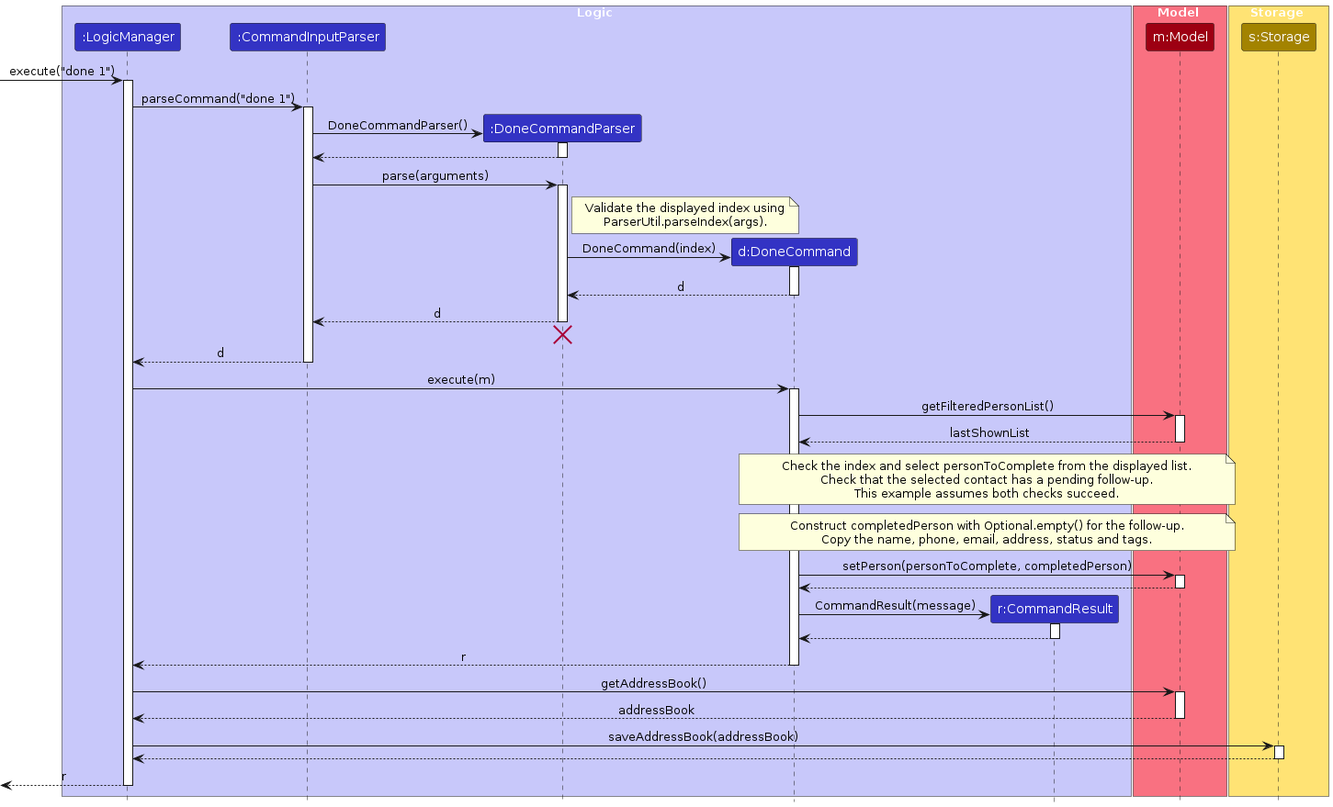
Earlier version of the PlantUML export diagrams/DoneSequenceDiagram.png (AY2627S1-CS2103T-T09-2/tp). Its source is kept beside it as diagrams/DoneSequenceDiagram.puml.
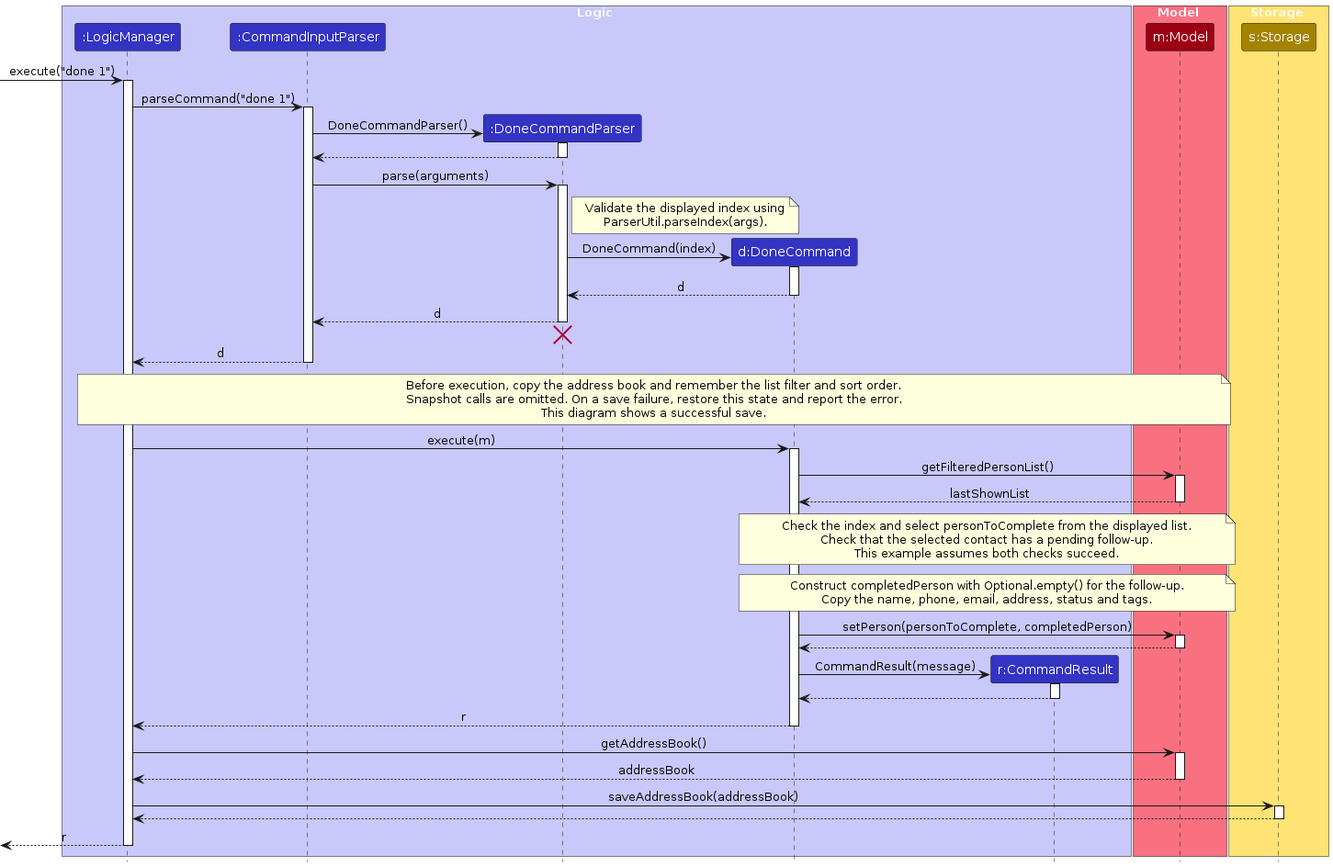
Later version of the same file.

Change to the diagram source:
```diff
@@ -51,6 +51,12 @@
 CommandInputParser --> LogicManager : d
 deactivate CommandInputParser
 
+note over LogicManager, Model
+Before execution, copy the address book and remember the list filter and sort order.
+Snapshot calls are omitted. On a save failure, restore this state and report the error.
+This diagram shows a successful save.
+end note
+
 LogicManager -> DoneCommand : execute(m)
 activate DoneCommand
 
```
